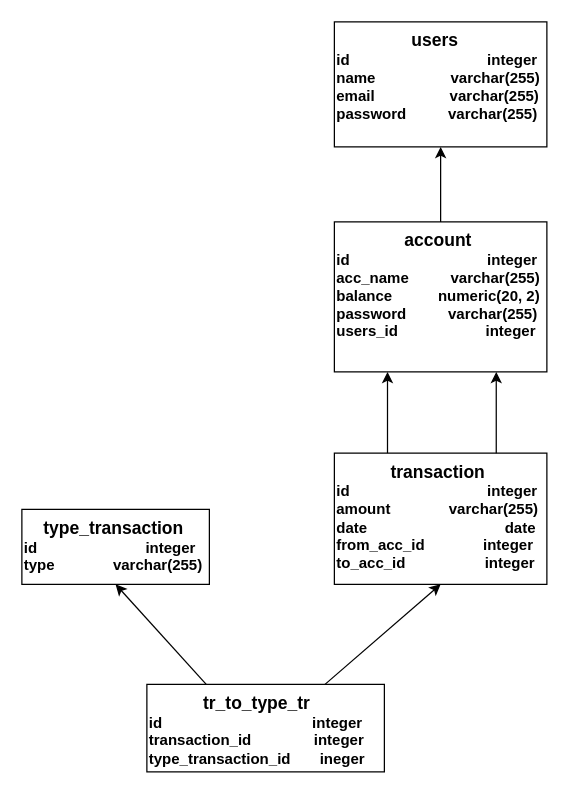
Before: Untitled Diagram.drawio in shahenh/gitakan, a draw.io diagram. Source tidied: cells renumbered, new cells numbered last; positions are measured from the earlier drawing's top-left corner, leaving out a move shared by most shapes. Both pictures are drawn from the tidied source at 125%, with x=0, y=0 at pixel (21, 21).
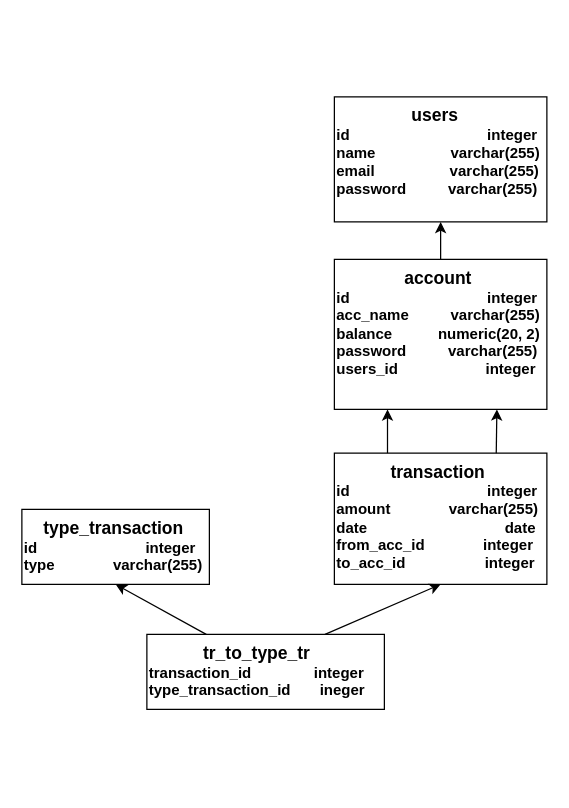
The same page after the edit.

The edit, as a diff of the source:
```diff
@@
 <mxGraphModel>
   <root>
     <mxCell id="0" />
     <mxCell id="1" parent="0" />
     <mxCell id="2" value="&lt;b&gt;&lt;font&gt;&amp;nbsp; &amp;nbsp; &amp;nbsp; &amp;nbsp; &amp;nbsp; &amp;nbsp; &amp;nbsp; &amp;nbsp; &amp;nbsp; &lt;font style=&quot;font-size: 14px&quot;&gt;users&lt;/font&gt;&lt;br&gt;id&amp;nbsp; &amp;nbsp; &amp;nbsp; &amp;nbsp; &amp;nbsp; &amp;nbsp; &amp;nbsp; &amp;nbsp; &amp;nbsp; &amp;nbsp; &amp;nbsp; &amp;nbsp; &amp;nbsp; &amp;nbsp; &amp;nbsp; &amp;nbsp; &amp;nbsp;integer&lt;br&gt;name&amp;nbsp; &amp;nbsp; &amp;nbsp; &amp;nbsp; &amp;nbsp; &amp;nbsp; &amp;nbsp; &amp;nbsp; &amp;nbsp; varchar(255)&lt;br&gt;&lt;/font&gt;&lt;/b&gt;&lt;b&gt;&lt;font&gt;email&amp;nbsp; &amp;nbsp; &amp;nbsp; &amp;nbsp; &amp;nbsp; &amp;nbsp; &amp;nbsp; &amp;nbsp; &amp;nbsp; varchar(255)&lt;br&gt;password&amp;nbsp; &amp;nbsp; &amp;nbsp; &amp;nbsp; &amp;nbsp;&amp;nbsp;&lt;/font&gt;&lt;/b&gt;&lt;b&gt;varchar(255)&lt;/b&gt;&lt;b&gt;&lt;font&gt;&lt;br&gt;&lt;/font&gt;&lt;/b&gt;&lt;b&gt;&lt;font&gt;&lt;br&gt;&lt;br&gt;&lt;/font&gt;&lt;/b&gt;" style="rounded=0;whiteSpace=wrap;html=1;horizontal=1;verticalAlign=top;align=left;" parent="1" vertex="1">
-      <mxGeometry x="250" width="170" height="100" as="geometry" />
+      <mxGeometry x="250" y="60" width="170" height="100" as="geometry" />
     </mxCell>
     <mxCell id="3" value="&lt;b&gt;&lt;font style=&quot;font-size: 14px&quot;&gt;&amp;nbsp; &amp;nbsp; &amp;nbsp; &amp;nbsp; &amp;nbsp; &amp;nbsp; &amp;nbsp; account&lt;/font&gt;&lt;br&gt;id&amp;nbsp; &amp;nbsp; &amp;nbsp; &amp;nbsp; &amp;nbsp; &amp;nbsp; &amp;nbsp; &amp;nbsp; &amp;nbsp; &amp;nbsp; &amp;nbsp; &amp;nbsp; &amp;nbsp; &amp;nbsp; &amp;nbsp; &amp;nbsp; &amp;nbsp;integer&lt;br&gt;acc_name&amp;nbsp; &amp;nbsp; &amp;nbsp; &amp;nbsp; &amp;nbsp; varchar(255)&lt;br&gt;&lt;/b&gt;&lt;b&gt;balance&amp;nbsp; &amp;nbsp; &amp;nbsp; &amp;nbsp; &amp;nbsp; &amp;nbsp;numeric(20, 2)&lt;br&gt;password&amp;nbsp; &amp;nbsp; &amp;nbsp; &amp;nbsp; &amp;nbsp;&amp;nbsp;&lt;/b&gt;&lt;b&gt;varchar(255)&lt;br&gt;&lt;/b&gt;&lt;b&gt;users_id&amp;nbsp; &amp;nbsp; &amp;nbsp; &amp;nbsp; &amp;nbsp; &amp;nbsp; &amp;nbsp; &amp;nbsp; &amp;nbsp; &amp;nbsp; &amp;nbsp;integer&lt;br&gt;&lt;/b&gt;&lt;b&gt;&lt;br&gt;&lt;/b&gt;" style="rounded=0;whiteSpace=wrap;html=1;align=left;verticalAlign=top;" parent="1" vertex="1">
-      <mxGeometry x="250" y="160" width="170" height="120" as="geometry" />
+      <mxGeometry x="250" y="190" width="170" height="120" as="geometry" />
     </mxCell>
-    <mxCell id="4" value="&lt;b&gt;&lt;font&gt;&amp;nbsp; &amp;nbsp; &amp;nbsp; &amp;nbsp; &amp;nbsp; &amp;nbsp; &amp;nbsp;&lt;span style=&quot;font-size: 14px&quot;&gt;tr_to_type_tr&lt;/span&gt;&lt;/font&gt;&lt;br&gt;id&amp;nbsp; &amp;nbsp; &amp;nbsp; &amp;nbsp; &amp;nbsp; &amp;nbsp; &amp;nbsp; &amp;nbsp; &amp;nbsp; &amp;nbsp; &amp;nbsp; &amp;nbsp; &amp;nbsp; &amp;nbsp; &amp;nbsp; &amp;nbsp; &amp;nbsp; &amp;nbsp; integer&lt;/b&gt;&lt;b&gt;&lt;br&gt;transaction_id&amp;nbsp; &amp;nbsp; &amp;nbsp; &amp;nbsp; &amp;nbsp; &amp;nbsp; &amp;nbsp; &amp;nbsp;integer&amp;nbsp;&lt;br&gt;&lt;/b&gt;&lt;b&gt;type_transaction_id&amp;nbsp; &amp;nbsp; &amp;nbsp; &amp;nbsp;ineger&amp;nbsp; &amp;nbsp; &amp;nbsp;&lt;/b&gt;&lt;b&gt;&lt;br&gt;&lt;/b&gt;" style="rounded=0;whiteSpace=wrap;html=1;align=left;verticalAlign=top;" parent="1" vertex="1">
-      <mxGeometry x="100" y="530" width="190" height="70" as="geometry" />
+    <mxCell id="4" value="&lt;b&gt;&lt;font&gt;&amp;nbsp; &amp;nbsp; &amp;nbsp; &amp;nbsp; &amp;nbsp; &amp;nbsp; &amp;nbsp;&lt;span style=&quot;font-size: 14px&quot;&gt;tr_to_type_tr&lt;/span&gt;&lt;/font&gt;&lt;/b&gt;&lt;b&gt;&lt;br&gt;transaction_id&amp;nbsp; &amp;nbsp; &amp;nbsp; &amp;nbsp; &amp;nbsp; &amp;nbsp; &amp;nbsp; &amp;nbsp;integer&amp;nbsp;&lt;br&gt;&lt;/b&gt;&lt;b&gt;type_transaction_id&amp;nbsp; &amp;nbsp; &amp;nbsp; &amp;nbsp;ineger&amp;nbsp; &amp;nbsp; &amp;nbsp;&lt;/b&gt;&lt;b&gt;&lt;br&gt;&lt;/b&gt;" style="rounded=0;whiteSpace=wrap;html=1;align=left;verticalAlign=top;" parent="1" vertex="1">
+      <mxGeometry x="100" y="490" width="190" height="60" as="geometry" />
     </mxCell>
     <mxCell id="5" value="&lt;b&gt;&lt;font&gt;&amp;nbsp; &amp;nbsp; &amp;nbsp; &amp;nbsp; &amp;nbsp; &amp;nbsp; &amp;nbsp;&lt;font style=&quot;font-size: 14px&quot;&gt;transaction&lt;/font&gt;&lt;/font&gt;&lt;br&gt;id&amp;nbsp; &amp;nbsp; &amp;nbsp; &amp;nbsp; &amp;nbsp; &amp;nbsp; &amp;nbsp; &amp;nbsp; &amp;nbsp; &amp;nbsp; &amp;nbsp; &amp;nbsp; &amp;nbsp; &amp;nbsp; &amp;nbsp; &amp;nbsp; &amp;nbsp;integer&lt;/b&gt;&lt;b&gt;&lt;br&gt;amount&amp;nbsp; &amp;nbsp; &amp;nbsp; &amp;nbsp; &amp;nbsp; &amp;nbsp; &amp;nbsp;&amp;nbsp;&lt;/b&gt;&lt;b&gt;varchar(255)&lt;br&gt;&lt;/b&gt;&lt;b&gt;date&amp;nbsp; &amp;nbsp; &amp;nbsp; &amp;nbsp; &amp;nbsp; &amp;nbsp; &amp;nbsp; &amp;nbsp; &amp;nbsp; &amp;nbsp; &amp;nbsp; &amp;nbsp; &amp;nbsp; &amp;nbsp; &amp;nbsp; &amp;nbsp; &amp;nbsp;&lt;/b&gt;&lt;b&gt;date&lt;br&gt;from_acc_id&amp;nbsp; &amp;nbsp; &amp;nbsp; &amp;nbsp; &amp;nbsp; &amp;nbsp; &amp;nbsp; integer&amp;nbsp;&lt;br&gt;to_acc_id&amp;nbsp; &amp;nbsp; &amp;nbsp; &amp;nbsp; &amp;nbsp; &amp;nbsp; &amp;nbsp; &amp;nbsp; &amp;nbsp; &amp;nbsp;integer&lt;br&gt;&lt;/b&gt;" style="rounded=0;whiteSpace=wrap;html=1;align=left;verticalAlign=top;" parent="1" vertex="1">
       <mxGeometry x="250" y="345" width="170" height="105" as="geometry" />
     </mxCell>
     <mxCell id="6" style="endArrow=classic;html=1;exitX=0.5;exitY=0;exitDx=0;exitDy=0;" parent="1" edge="1" source="3" target="2">
       <mxGeometry relative="1" as="geometry" />
     </mxCell>
     <mxCell id="7" style="endArrow=classic;html=1;" parent="1" edge="1">
       <mxGeometry relative="1" as="geometry">
         <mxPoint x="379.5" y="345" as="sourcePoint" />
-        <mxPoint x="379.5" y="280" as="targetPoint" />
+        <mxPoint x="380" y="310" as="targetPoint" />
       </mxGeometry>
     </mxCell>
     <mxCell id="8" style="endArrow=classic;html=1;entryX=0.5;entryY=1;entryDx=0;entryDy=0;exitX=0.75;exitY=0;exitDx=0;exitDy=0;" parent="1" edge="1" source="4" target="5">
       <mxGeometry relative="1" as="geometry" />
     </mxCell>
     <mxCell id="9" style="endArrow=classic;html=1;entryX=0.25;entryY=1;entryDx=0;entryDy=0;exitX=0.25;exitY=0;exitDx=0;exitDy=0;" parent="1" edge="1" source="5" target="3">
       <mxGeometry relative="1" as="geometry" />
     </mxCell>
     <mxCell id="10" value="&lt;div style=&quot;text-align: left&quot;&gt;&lt;b&gt;&lt;font style=&quot;font-size: 14px&quot;&gt;&amp;nbsp; &amp;nbsp; type_transaction&lt;/font&gt;&lt;/b&gt;&lt;/div&gt;&lt;div style=&quot;text-align: left&quot;&gt;&lt;b&gt;id&amp;nbsp; &amp;nbsp; &amp;nbsp; &amp;nbsp; &amp;nbsp; &amp;nbsp; &amp;nbsp; &amp;nbsp; &amp;nbsp; &amp;nbsp; &amp;nbsp; &amp;nbsp; &amp;nbsp; integer&lt;/b&gt;&lt;/div&gt;&lt;div style=&quot;text-align: left&quot;&gt;&lt;b&gt;type&amp;nbsp; &amp;nbsp; &amp;nbsp; &amp;nbsp; &amp;nbsp; &amp;nbsp; &amp;nbsp; varchar(255)&lt;/b&gt;&lt;/div&gt;" style="rounded=0;whiteSpace=wrap;html=1;verticalAlign=top;align=left;" parent="1" vertex="1">
       <mxGeometry y="390" width="150" height="60" as="geometry" />
     </mxCell>
     <mxCell id="11" style="endArrow=classic;html=1;exitX=0.25;exitY=0;exitDx=0;exitDy=0;entryX=0.5;entryY=1;entryDx=0;entryDy=0;" parent="1" edge="1" source="4" target="10">
       <mxGeometry relative="1" as="geometry" />
     </mxCell>
   </root>
 </mxGraphModel>
```
